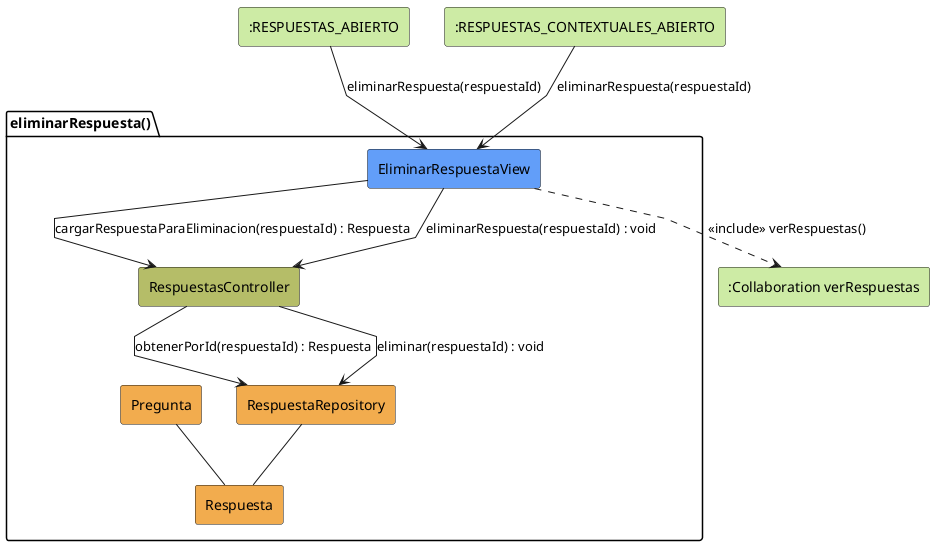
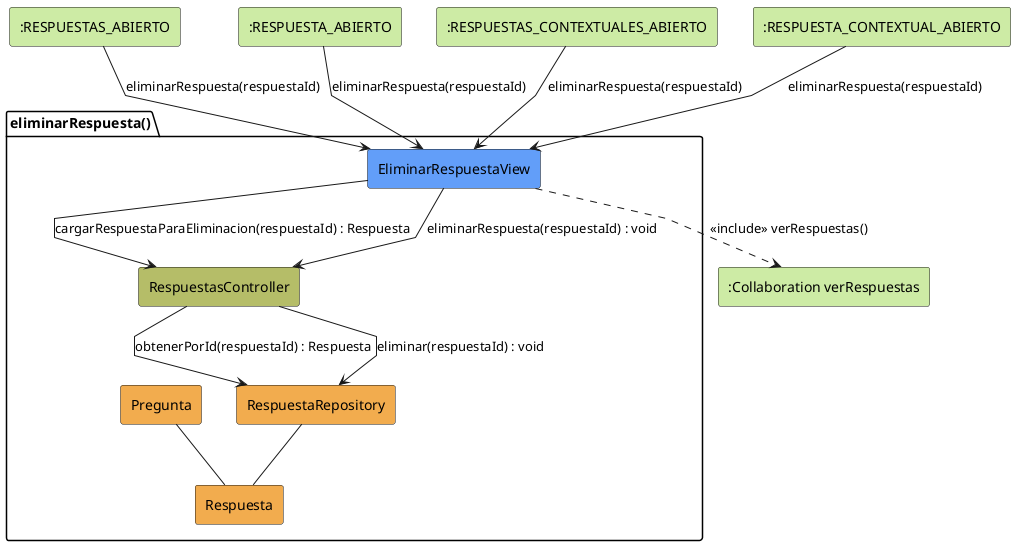
@startuml eliminarRespuesta-analisis
skinparam linetype polyline

rectangle #CDEBA5 ":RESPUESTAS_ABIERTO" as RespuestasAbierto
+ rectangle #CDEBA5 ":RESPUESTA_ABIERTO" as RespuestaAbierto
rectangle #CDEBA5 ":RESPUESTAS_CONTEXTUALES_ABIERTO" as RespuestasContextualesAbierto
+ rectangle #CDEBA5 ":RESPUESTA_CONTEXTUAL_ABIERTO" as RespuestaContextualAbierto
rectangle #CDEBA5 ":Collaboration verRespuestas" as VerRespuestas

package eliminarRespuesta as "eliminarRespuesta()" {
    rectangle #629EF9 EliminarRespuestaView
    rectangle #b5bd68 RespuestasController
    rectangle #F2AC4E RespuestaRepository
    rectangle #F2AC4E Respuesta
    rectangle #F2AC4E Pregunta
}

RespuestasAbierto --> EliminarRespuestaView: eliminarRespuesta(respuestaId)
+ RespuestaAbierto --> EliminarRespuestaView: eliminarRespuesta(respuestaId)
RespuestasContextualesAbierto --> EliminarRespuestaView: eliminarRespuesta(respuestaId)
+ RespuestaContextualAbierto --> EliminarRespuestaView: eliminarRespuesta(respuestaId)

EliminarRespuestaView -d-> RespuestasController: cargarRespuestaParaEliminacion(respuestaId) : Respuesta

RespuestasController --> RespuestaRepository: obtenerPorId(respuestaId) : Respuesta

RespuestaRepository -- Respuesta

EliminarRespuestaView --> RespuestasController: eliminarRespuesta(respuestaId) : void

RespuestasController --> RespuestaRepository: eliminar(respuestaId) : void

EliminarRespuestaView ..> VerRespuestas: <<include>> verRespuestas()

Pregunta -- Respuesta

@enduml
